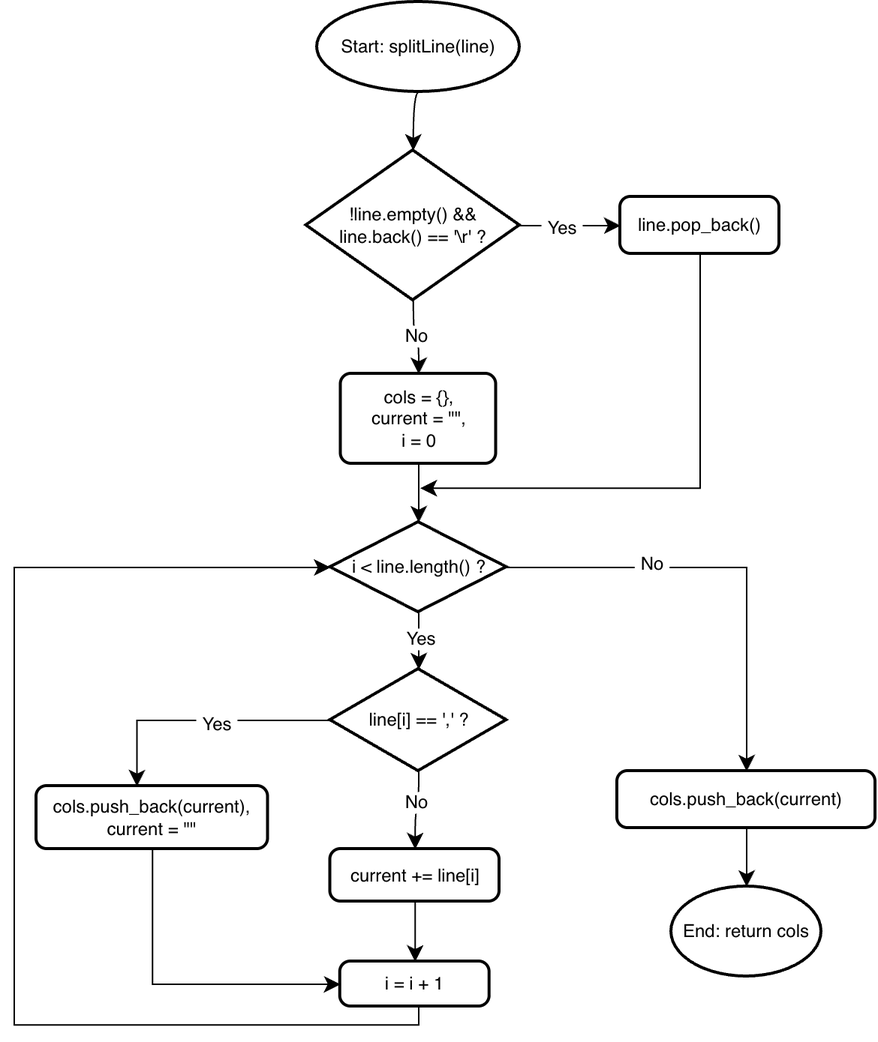
This is docs/flowcharts/T04-split-line.drawio.png from henryb0b/smartretail-p1-group1, a draw.io export, as it was before one commit. Source tidied: cells renumbered, new cells last; positions are measured from the earlier drawing's top-left corner, leaving out a move shared by most shapes.
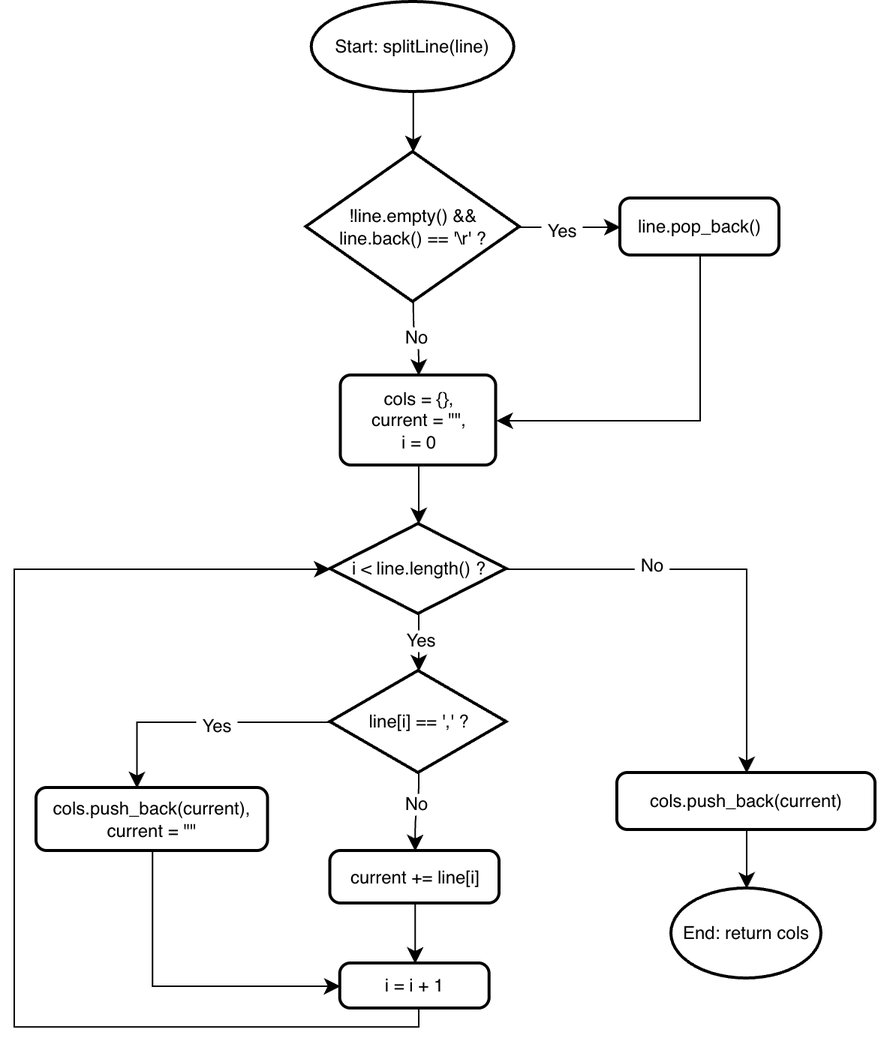
After the change.

Commit message:
Implement T04 product loader and update flowcharts

Diff of the diagram source:
```diff
@@ -3,7 +3,7 @@
     <mxCell id="0" />
     <mxCell id="1" parent="0" />
     <mxCell id="2" value="Start: splitLine(line)" style="strokeWidth=2;html=1;shape=mxgraph.flowchart.start_1;whiteSpace=wrap;perimeter=ellipsePerimeter;" parent="1" vertex="1">
-      <mxGeometry x="202" width="135" height="60" as="geometry" />
+      <mxGeometry x="198.4" y="-1" width="135" height="60" as="geometry" />
     </mxCell>
     <mxCell id="3" style="edgeStyle=orthogonalEdgeStyle;curved=1;rounded=0;curveGeometry=1;jettySize=auto;html=1;exitX=1;exitY=0.5;exitDx=0;exitDy=0;exitPerimeter=0;entryX=0;entryY=0.5;entryDx=0;entryDy=0;fontSize=12;defaultLabelBackgroundColor=page;labelPadding=0 4;startSize=8;endSize=8;" parent="1" edge="1" source="7" target="10">
       <mxGeometry relative="1" as="geometry" />
@@ -23,13 +23,8 @@
     <mxCell id="8" style="edgeStyle=orthogonalEdgeStyle;curved=1;rounded=0;curveGeometry=1;jettySize=auto;html=1;exitX=0.5;exitY=1;exitDx=0;exitDy=0;exitPerimeter=0;entryX=0.5;entryY=0;entryDx=0;entryDy=0;entryPerimeter=0;fontSize=12;defaultLabelBackgroundColor=page;labelPadding=0 4;startSize=8;endSize=8;" parent="1" edge="1" source="2" target="7">
       <mxGeometry relative="1" as="geometry" />
     </mxCell>
-    <mxCell id="9" style="edgeStyle=orthogonalEdgeStyle;rounded=0;jettySize=auto;html=1;exitX=0.5;exitY=1;exitDx=0;exitDy=0;fontSize=12;defaultLabelBackgroundColor=page;labelPadding=0 4;startSize=8;endSize=8;curved=0;startArrow=none;startFill=0;endArrow=classic;endFill=1;" parent="1" edge="1" source="10">
-      <mxGeometry x="-0.64" relative="1" as="geometry">
-        <mxPoint x="270.6" y="324.1" as="targetPoint" />
-        <Array as="points">
-          <mxPoint x="457" y="324.1" />
-        </Array>
-      </mxGeometry>
+    <mxCell id="9" style="edgeStyle=orthogonalEdgeStyle;rounded=0;jettySize=auto;html=1;exitX=0.5;exitY=1;exitDx=0;exitDy=0;fontSize=12;defaultLabelBackgroundColor=page;labelPadding=0 4;startSize=8;endSize=8;startArrow=none;startFill=0;endArrow=classic;endFill=1;entryX=1;entryY=0.5;entryDx=0;entryDy=0;" parent="1" edge="1" source="10" target="11">
+      <mxGeometry x="-0.7" relative="1" as="geometry" />
     </mxCell>
     <mxCell id="10" value="line.pop_back()" style="rounded=1;whiteSpace=wrap;html=1;absoluteArcSize=1;arcSize=14;strokeWidth=2;roundedPerimeter=1;" parent="1" vertex="1">
       <mxGeometry x="404" y="130" width="106" height="38" as="geometry" />
```
